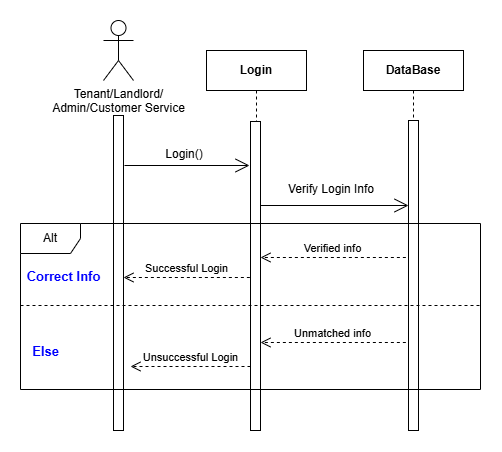
Above: docs/diagrams/sequence_diagram/Login.png in Semsary/Documentation (draw.io), before the change. Source tidied: cells renumbered, new cells last; positions are measured from the earlier drawing's top-left corner, leaving out a move shared by most shapes. Its diagram source:
```xml
<mxGraphModel>
  <root>
    <mxCell id="0" />
    <mxCell id="1" parent="0" />
    <mxCell id="2" value="Tenant/Landlord/&lt;div&gt;Admin/Customer Service&lt;/div&gt;" style="shape=umlActor;verticalLabelPosition=bottom;verticalAlign=top;html=1;" parent="1" vertex="1">
      <mxGeometry x="83" width="30" height="60" as="geometry" />
    </mxCell>
    <mxCell id="3" style="html=1;perimeter=orthogonalPerimeter;targetShapes=umlLifeline;newEdgeStyle={&quot;curved&quot;:0,&quot;rounded&quot;:0};" parent="1" vertex="1">
      <mxGeometry x="93" y="95" width="10" height="315" as="geometry" />
    </mxCell>
    <mxCell id="4" value="Login" style="shape=umlLifeline;perimeter=lifelinePerimeter;whiteSpace=wrap;html=1;newEdgeStyle={&quot;curved&quot;:0,&quot;rounded&quot;:0};fontStyle=1;" parent="1" vertex="1">
      <mxGeometry x="186" y="30" width="100" height="320" as="geometry" />
    </mxCell>
    <mxCell id="5" style="html=1;perimeter=orthogonalPerimeter;targetShapes=umlLifeline;newEdgeStyle={&quot;curved&quot;:0,&quot;rounded&quot;:0};" parent="1" vertex="1">
      <mxGeometry x="230" y="101" width="10" height="309" as="geometry" />
    </mxCell>
    <mxCell id="6" value="&lt;b&gt;DataBase&lt;/b&gt;" style="shape=umlLifeline;perimeter=lifelinePerimeter;whiteSpace=wrap;html=1;newEdgeStyle={&quot;curved&quot;:0,&quot;rounded&quot;:0};" parent="1" vertex="1">
      <mxGeometry x="343" y="30" width="100" height="350" as="geometry" />
    </mxCell>
    <mxCell id="7" style="html=1;perimeter=orthogonalPerimeter;targetShapes=umlLifeline;newEdgeStyle={&quot;curved&quot;:0,&quot;rounded&quot;:0};" parent="6" vertex="1">
      <mxGeometry x="45" y="70" width="10" height="310" as="geometry" />
    </mxCell>
    <mxCell id="8" style="endArrow=open;endFill=1;endSize=12;html=1;rounded=0;" parent="1" edge="1">
      <mxGeometry relative="1" as="geometry">
        <mxPoint x="104" y="145" as="sourcePoint" />
        <mxPoint x="229" y="145" as="targetPoint" />
      </mxGeometry>
    </mxCell>
    <mxCell id="9" value="Login()" style="text;html=1;align=center;verticalAlign=middle;whiteSpace=wrap;rounded=0;" parent="1" vertex="1">
      <mxGeometry x="104" y="119" width="120" height="30" as="geometry" />
    </mxCell>
    <mxCell id="10" style="endArrow=open;endFill=1;endSize=12;html=1;rounded=0;" parent="1" edge="1">
      <mxGeometry relative="1" as="geometry">
        <mxPoint x="240" y="185" as="sourcePoint" />
        <mxPoint x="388" y="185" as="targetPoint" />
      </mxGeometry>
    </mxCell>
    <mxCell id="11" value="Verify Login Info" style="text;html=1;align=center;verticalAlign=middle;whiteSpace=wrap;rounded=0;" parent="1" vertex="1">
      <mxGeometry x="261" y="154" width="100" height="30" as="geometry" />
    </mxCell>
    <mxCell id="12" value="Alt" style="shape=umlFrame;whiteSpace=wrap;html=1;" parent="1" vertex="1">
      <mxGeometry y="203" width="460" height="166" as="geometry" />
    </mxCell>
    <mxCell id="13" style="html=1;labelBackgroundColor=#ffffff;endArrow=none;endFill=0;jettySize=auto;orthogonalLoop=1;strokeWidth=1;dashed=1;fontSize=14;rounded=0;" parent="1" edge="1">
      <mxGeometry relative="1" as="geometry">
        <mxPoint y="285" as="sourcePoint" />
        <mxPoint x="460" y="285" as="targetPoint" />
      </mxGeometry>
    </mxCell>
    <mxCell id="14" value="Correct Info" style="text;html=1;align=center;verticalAlign=middle;rounded=0;strokeWidth=1;fontStyle=1;fontSize=13;fontColor=light-dark(#0000FF,#EDEDED);" parent="1" vertex="1">
      <mxGeometry x="18" y="236" width="50" height="40" as="geometry" />
    </mxCell>
    <mxCell id="15" value="Else" style="text;html=1;align=center;verticalAlign=middle;rounded=0;strokeWidth=1;fontStyle=1;fontSize=13;fontColor=light-dark(#0000FF,#EDEDED);" parent="1" vertex="1">
      <mxGeometry y="311" width="50" height="40" as="geometry" />
    </mxCell>
    <mxCell id="16" value="Verified info" style="html=1;verticalAlign=bottom;endArrow=open;dashed=1;endSize=8;curved=0;rounded=0;" parent="1" edge="1">
      <mxGeometry relative="1" as="geometry">
        <mxPoint x="385.4" y="237" as="sourcePoint" />
        <mxPoint x="240" y="237" as="targetPoint" />
      </mxGeometry>
    </mxCell>
    <mxCell id="17" value="Successful Login" style="html=1;verticalAlign=bottom;endArrow=open;dashed=1;endSize=8;curved=0;rounded=0;" parent="1" edge="1">
      <mxGeometry relative="1" as="geometry">
        <mxPoint x="229.4" y="257" as="sourcePoint" />
        <mxPoint x="103" y="257" as="targetPoint" />
      </mxGeometry>
    </mxCell>
    <mxCell id="18" value="Unmatched info" style="html=1;verticalAlign=bottom;endArrow=open;dashed=1;endSize=8;curved=0;rounded=0;" parent="1" edge="1">
      <mxGeometry relative="1" as="geometry">
        <mxPoint x="385.4" y="322" as="sourcePoint" />
        <mxPoint x="240" y="322" as="targetPoint" />
      </mxGeometry>
    </mxCell>
    <mxCell id="19" value="Unsuccessful Login" style="html=1;verticalAlign=bottom;endArrow=open;dashed=1;endSize=8;curved=0;rounded=0;" parent="1" edge="1">
      <mxGeometry relative="1" as="geometry">
        <mxPoint x="230" y="346" as="sourcePoint" />
        <mxPoint x="110" y="346" as="targetPoint" />
      </mxGeometry>
    </mxCell>
  </root>
</mxGraphModel>
```
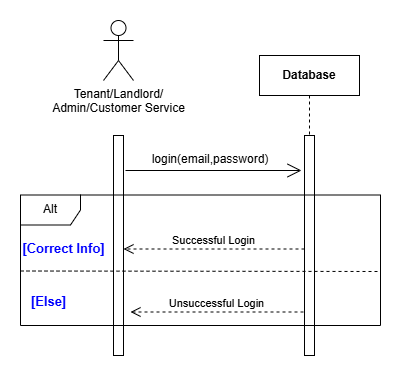
Later version of the same file.

The edit, as a diff of the source:
```diff
@@ -3,78 +3,50 @@
     <mxCell id="0" />
     <mxCell id="1" parent="0" />
     <mxCell id="2" value="Tenant/Landlord/&lt;div&gt;Admin/Customer Service&lt;/div&gt;" style="shape=umlActor;verticalLabelPosition=bottom;verticalAlign=top;html=1;" parent="1" vertex="1">
-      <mxGeometry x="83" width="30" height="60" as="geometry" />
+      <mxGeometry x="83" y="-5" width="30" height="60" as="geometry" />
     </mxCell>
-    <mxCell id="3" style="html=1;perimeter=orthogonalPerimeter;targetShapes=umlLifeline;newEdgeStyle={&quot;curved&quot;:0,&quot;rounded&quot;:0};" parent="1" vertex="1">
-      <mxGeometry x="93" y="95" width="10" height="315" as="geometry" />
-    </mxCell>
-    <mxCell id="4" value="Login" style="shape=umlLifeline;perimeter=lifelinePerimeter;whiteSpace=wrap;html=1;newEdgeStyle={&quot;curved&quot;:0,&quot;rounded&quot;:0};fontStyle=1;" parent="1" vertex="1">
-      <mxGeometry x="186" y="30" width="100" height="320" as="geometry" />
-    </mxCell>
-    <mxCell id="5" style="html=1;perimeter=orthogonalPerimeter;targetShapes=umlLifeline;newEdgeStyle={&quot;curved&quot;:0,&quot;rounded&quot;:0};" parent="1" vertex="1">
-      <mxGeometry x="230" y="101" width="10" height="309" as="geometry" />
-    </mxCell>
-    <mxCell id="6" value="&lt;b&gt;DataBase&lt;/b&gt;" style="shape=umlLifeline;perimeter=lifelinePerimeter;whiteSpace=wrap;html=1;newEdgeStyle={&quot;curved&quot;:0,&quot;rounded&quot;:0};" parent="1" vertex="1">
-      <mxGeometry x="343" y="30" width="100" height="350" as="geometry" />
-    </mxCell>
-    <mxCell id="7" style="html=1;perimeter=orthogonalPerimeter;targetShapes=umlLifeline;newEdgeStyle={&quot;curved&quot;:0,&quot;rounded&quot;:0};" parent="6" vertex="1">
-      <mxGeometry x="45" y="70" width="10" height="310" as="geometry" />
-    </mxCell>
-    <mxCell id="8" style="endArrow=open;endFill=1;endSize=12;html=1;rounded=0;" parent="1" edge="1">
-      <mxGeometry relative="1" as="geometry">
-        <mxPoint x="104" y="145" as="sourcePoint" />
-        <mxPoint x="229" y="145" as="targetPoint" />
-      </mxGeometry>
-    </mxCell>
-    <mxCell id="9" value="Login()" style="text;html=1;align=center;verticalAlign=middle;whiteSpace=wrap;rounded=0;" parent="1" vertex="1">
-      <mxGeometry x="104" y="119" width="120" height="30" as="geometry" />
-    </mxCell>
-    <mxCell id="10" style="endArrow=open;endFill=1;endSize=12;html=1;rounded=0;" parent="1" edge="1">
-      <mxGeometry relative="1" as="geometry">
-        <mxPoint x="240" y="185" as="sourcePoint" />
-        <mxPoint x="388" y="185" as="targetPoint" />
-      </mxGeometry>
-    </mxCell>
-    <mxCell id="11" value="Verify Login Info" style="text;html=1;align=center;verticalAlign=middle;whiteSpace=wrap;rounded=0;" parent="1" vertex="1">
-      <mxGeometry x="261" y="154" width="100" height="30" as="geometry" />
-    </mxCell>
+    <mxCell id="20" style="html=1;perimeter=orthogonalPerimeter;targetShapes=umlLifeline;newEdgeStyle={&quot;curved&quot;:0,&quot;rounded&quot;:0};" parent="1" vertex="1">
+      <mxGeometry x="93" y="110" width="10" height="220" as="geometry" />
+    </mxCell>
+    <mxCell id="21" value="Database" style="shape=umlLifeline;perimeter=lifelinePerimeter;whiteSpace=wrap;html=1;newEdgeStyle={&quot;curved&quot;:0,&quot;rounded&quot;:0};fontStyle=1;" parent="1" vertex="1">
+      <mxGeometry x="239" y="30" width="100" height="280" as="geometry" />
+    </mxCell>
+    <mxCell id="22" style="html=1;points=[[0,0,0,0,5],[0,1,0,0,-5],[1,0,0,0,5],[1,1,0,0,-5]];perimeter=orthogonalPerimeter;outlineConnect=0;targetShapes=umlLifeline;portConstraint=eastwest;newEdgeStyle={&quot;curved&quot;:0,&quot;rounded&quot;:0};" parent="1" vertex="1">
+      <mxGeometry x="284" y="110" width="10" height="220" as="geometry" />
+    </mxCell>
+    <mxCell id="23" style="endArrow=open;endFill=1;endSize=12;html=1;rounded=0;" parent="1" edge="1">
+      <mxGeometry relative="1" as="geometry">
+        <mxPoint x="105" y="145" as="sourcePoint" />
+        <mxPoint x="281" y="145" as="targetPoint" />
+      </mxGeometry>
+    </mxCell>
+    <mxCell id="24" value="login(email,password)" style="text;html=1;align=center;verticalAlign=middle;whiteSpace=wrap;rounded=0;" parent="1" vertex="1">
+      <mxGeometry x="120" y="119" width="140" height="30" as="geometry" />
+    </mxCell>
     <mxCell id="12" value="Alt" style="shape=umlFrame;whiteSpace=wrap;html=1;" parent="1" vertex="1">
-      <mxGeometry y="203" width="460" height="166" as="geometry" />
+      <mxGeometry y="169.5" width="360" height="130.5" as="geometry" />
     </mxCell>
-    <mxCell id="13" style="html=1;labelBackgroundColor=#ffffff;endArrow=none;endFill=0;jettySize=auto;orthogonalLoop=1;strokeWidth=1;dashed=1;fontSize=14;rounded=0;" parent="1" edge="1">
-      <mxGeometry relative="1" as="geometry">
-        <mxPoint y="285" as="sourcePoint" />
-        <mxPoint x="460" y="285" as="targetPoint" />
-      </mxGeometry>
-    </mxCell>
-    <mxCell id="14" value="Correct Info" style="text;html=1;align=center;verticalAlign=middle;rounded=0;strokeWidth=1;fontStyle=1;fontSize=13;fontColor=light-dark(#0000FF,#EDEDED);" parent="1" vertex="1">
-      <mxGeometry x="18" y="236" width="50" height="40" as="geometry" />
-    </mxCell>
-    <mxCell id="15" value="Else" style="text;html=1;align=center;verticalAlign=middle;rounded=0;strokeWidth=1;fontStyle=1;fontSize=13;fontColor=light-dark(#0000FF,#EDEDED);" parent="1" vertex="1">
-      <mxGeometry y="311" width="50" height="40" as="geometry" />
-    </mxCell>
-    <mxCell id="16" value="Verified info" style="html=1;verticalAlign=bottom;endArrow=open;dashed=1;endSize=8;curved=0;rounded=0;" parent="1" edge="1">
-      <mxGeometry relative="1" as="geometry">
-        <mxPoint x="385.4" y="237" as="sourcePoint" />
-        <mxPoint x="240" y="237" as="targetPoint" />
-      </mxGeometry>
-    </mxCell>
+    <mxCell id="25" style="html=1;labelBackgroundColor=#ffffff;endArrow=none;endFill=0;jettySize=auto;orthogonalLoop=1;strokeWidth=1;dashed=1;fontSize=14;rounded=0;" parent="1" edge="1">
+      <mxGeometry relative="1" as="geometry">
+        <mxPoint y="245.5" as="sourcePoint" />
+        <mxPoint x="360" y="246" as="targetPoint" />
+      </mxGeometry>
+    </mxCell>
+    <mxCell id="26" value="[Correct Info]" style="text;html=1;align=center;verticalAlign=middle;rounded=0;strokeWidth=1;fontStyle=1;fontSize=13;fontColor=light-dark(#0000FF,#EDEDED);" parent="1" vertex="1">
+      <mxGeometry x="18" y="202.5" width="50" height="40" as="geometry" />
+    </mxCell>
+    <mxCell id="27" value="[Else]" style="text;html=1;align=center;verticalAlign=middle;rounded=0;strokeWidth=1;fontStyle=1;fontSize=13;fontColor=light-dark(#0000FF,#EDEDED);" parent="1" vertex="1">
+      <mxGeometry x="3" y="255.5" width="50" height="40" as="geometry" />
+    </mxCell>
-    <mxCell id="17" value="Successful Login" style="html=1;verticalAlign=bottom;endArrow=open;dashed=1;endSize=8;curved=0;rounded=0;" parent="1" edge="1">
+    <mxCell id="17" value="Successful Login" style="html=1;verticalAlign=bottom;endArrow=open;dashed=1;endSize=8;curved=0;rounded=0;" parent="1" edge="1" source="22">
       <mxGeometry relative="1" as="geometry">
-        <mxPoint x="229.4" y="257" as="sourcePoint" />
-        <mxPoint x="103" y="257" as="targetPoint" />
+        <mxPoint x="103" y="223.5" as="targetPoint" />
       </mxGeometry>
     </mxCell>
-    <mxCell id="18" value="Unmatched info" style="html=1;verticalAlign=bottom;endArrow=open;dashed=1;endSize=8;curved=0;rounded=0;" parent="1" edge="1">
-      <mxGeometry relative="1" as="geometry">
-        <mxPoint x="385.4" y="322" as="sourcePoint" />
-        <mxPoint x="240" y="322" as="targetPoint" />
-      </mxGeometry>
-    </mxCell>
     <mxCell id="19" value="Unsuccessful Login" style="html=1;verticalAlign=bottom;endArrow=open;dashed=1;endSize=8;curved=0;rounded=0;" parent="1" edge="1">
       <mxGeometry relative="1" as="geometry">
-        <mxPoint x="230" y="346" as="sourcePoint" />
-        <mxPoint x="110" y="346" as="targetPoint" />
+        <mxPoint x="283" y="286.5" as="sourcePoint" />
+        <mxPoint x="110" y="286.5" as="targetPoint" />
       </mxGeometry>
     </mxCell>
   </root>
```
